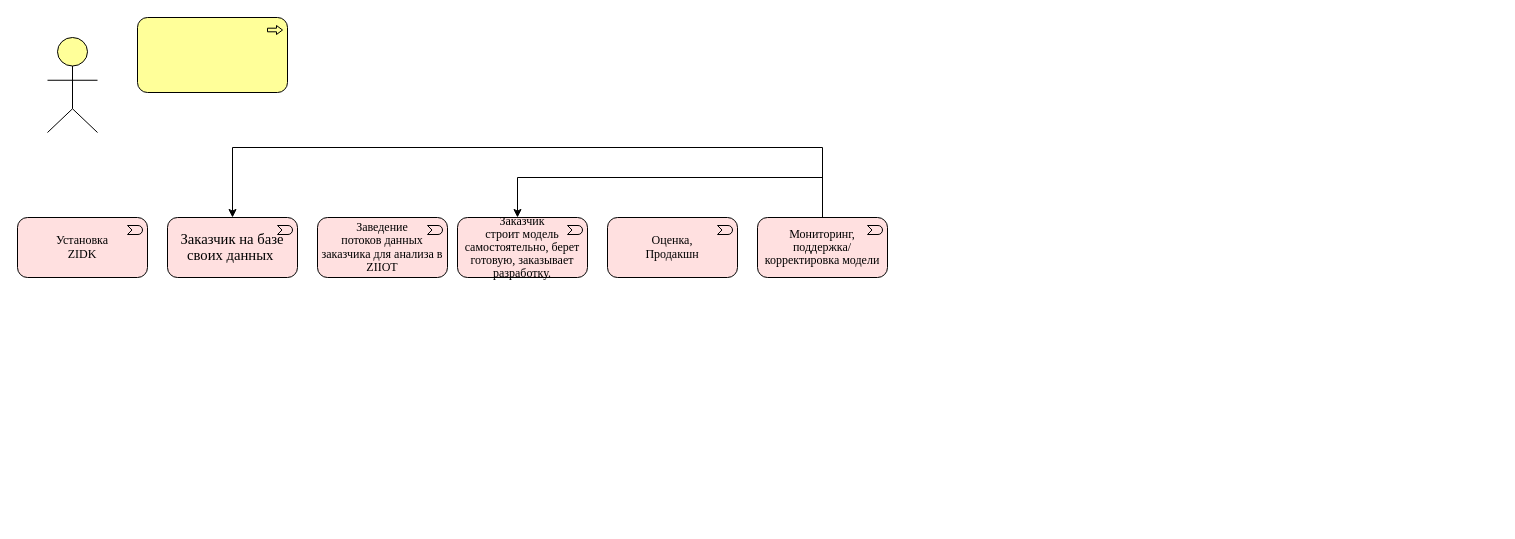
Before: Lifecycle ZIDK.drawio in pavlykav/geek-repo, a draw.io diagram. Source tidied: cells renumbered, new cells numbered last; positions are measured from the earlier drawing's top-left corner, leaving out a move shared by most shapes. Both pictures are drawn from the tidied source at 100%, with x=0, y=0 at pixel (17, 17). Pictures stored in the file or linked from it are replaced by grey dashed boxes.
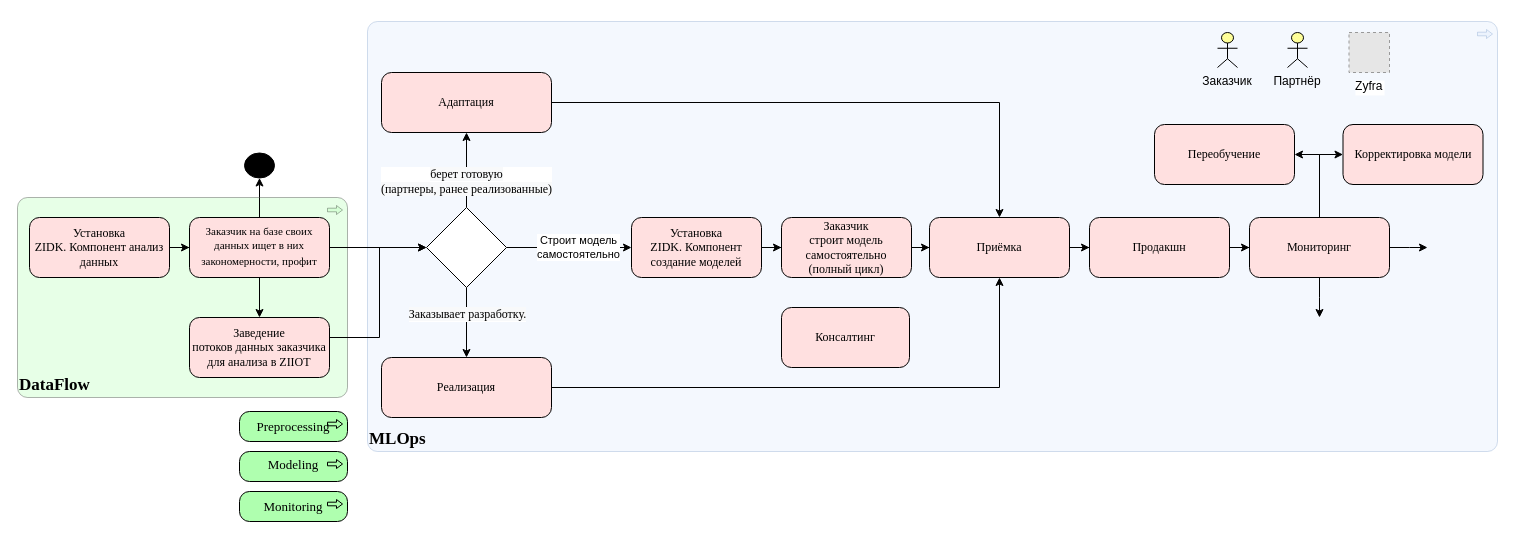
After the change.

Diff of the diagram source:
```diff
@@
+    <mxCell id="12" value="&lt;span style=&quot;font-family: &amp;quot;times new roman&amp;quot;, serif; font-size: 17px;&quot;&gt;MLOps&lt;/span&gt;" style="html=1;whiteSpace=wrap;fillColor=#dae8fc;shape=mxgraph.archimate3.application;appType=proc;archiType=rounded;fontSize=17;opacity=30;align=left;verticalAlign=bottom;fontStyle=1;strokeColor=#6c8ebf;" parent="1" vertex="1">
+      <mxGeometry x="350" y="4" width="1130" height="430" as="geometry" />
+    </mxCell>
+    <mxCell id="13" value="&lt;span style=&quot;font-family: &amp;quot;times new roman&amp;quot;, serif; font-size: 17px;&quot;&gt;DataFlow&lt;/span&gt;" style="html=1;whiteSpace=wrap;fillColor=#AFFFAF;shape=mxgraph.archimate3.application;appType=proc;archiType=rounded;fontSize=17;align=left;verticalAlign=bottom;fontStyle=1;opacity=30;" parent="1" vertex="1">
+      <mxGeometry y="180" width="330" height="200" as="geometry" />
+    </mxCell>
-    <mxCell id="2" style="html=1;whiteSpace=wrap;fillColor=#ffff99;verticalLabelPosition=bottom;verticalAlign=top;align=center;shape=mxgraph.archimate3.actor;" parent="1" vertex="1">
-      <mxGeometry x="30" y="20" width="50" height="95" as="geometry" />
+    <mxCell id="2" value="Заказчик" style="html=1;whiteSpace=wrap;fillColor=#ffff99;verticalLabelPosition=bottom;verticalAlign=top;align=center;shape=mxgraph.archimate3.actor;" parent="1" vertex="1">
+      <mxGeometry x="1200" y="15" width="20" height="35" as="geometry" />
     </mxCell>
-    <mxCell id="3" style="html=1;whiteSpace=wrap;fillColor=#ffff99;shape=mxgraph.archimate3.application;appType=proc;archiType=rounded;" parent="1" vertex="1">
-      <mxGeometry x="120" width="150" height="75" as="geometry" />
-    </mxCell>
-    <mxCell id="4" value="&lt;p class=&quot;MsoNormal&quot; style=&quot;line-height: 110%&quot;&gt;&lt;span style=&quot;font-family: &amp;#34;times new roman&amp;#34; , serif&quot;&gt;Установка&lt;br/&gt;&lt;/span&gt;&lt;span lang=&quot;EN-US&quot; style=&quot;font-family: &amp;#34;times new roman&amp;#34; , serif&quot;&gt;ZIDK&lt;/span&gt;&lt;span style=&quot;font-family: &amp;#34;times new roman&amp;#34; , serif&quot;&gt;&lt;/span&gt;&lt;/p&gt;" style="html=1;whiteSpace=wrap;fillColor=#FFE0E0;shape=mxgraph.archimate3.application;appType=event;archiType=rounded;" parent="1" vertex="1">
-      <mxGeometry y="200" width="130" height="60" as="geometry" />
-    </mxCell>
-    <mxCell id="5" value="&lt;span style=&quot;font-size: 11.0pt ; line-height: 107% ; font-family: &amp;#34;times new roman&amp;#34; , serif&quot;&gt;Заказчик на базе своих данных&amp;nbsp;&lt;/span&gt;" style="html=1;outlineConnect=0;whiteSpace=wrap;fillColor=#FFE0E0;shape=mxgraph.archimate3.application;appType=event;archiType=rounded;" parent="1" vertex="1">
-      <mxGeometry x="150" y="200" width="130" height="60" as="geometry" />
-    </mxCell>
+    <mxCell id="14" style="edgeStyle=orthogonalEdgeStyle;rounded=0;jettySize=auto;html=1;fontSize=11;" parent="1" edge="1" source="17" target="6">
+      <mxGeometry relative="1" as="geometry" />
+    </mxCell>
+    <mxCell id="15" style="edgeStyle=orthogonalEdgeStyle;rounded=0;jettySize=auto;html=1;fontSize=11;startArrow=none;entryX=0;entryY=0.5;entryDx=0;entryDy=0;" parent="1" edge="1" source="17" target="40">
+      <mxGeometry relative="1" as="geometry" />
+    </mxCell>
+    <mxCell id="16" style="edgeStyle=orthogonalEdgeStyle;rounded=0;jettySize=auto;html=1;fontSize=11;" parent="1" edge="1" source="17" target="46">
+      <mxGeometry relative="1" as="geometry" />
+    </mxCell>
+    <mxCell id="17" value="&lt;span style=&quot;font-family: &amp;#34;times new roman&amp;#34; , serif&quot;&gt;Заказчик на базе своих данных&amp;nbsp;&lt;/span&gt;&lt;span style=&quot;font-family: &amp;#34;times new roman&amp;#34; , serif ; line-height: 15.6933px&quot;&gt;ищет в них закономерности, профит&lt;/span&gt;" style="html=1;outlineConnect=0;whiteSpace=wrap;fillColor=#FFE0E0;shape=mxgraph.archimate3.application;archiType=rounded;fontSize=11;" parent="1" vertex="1">
+      <mxGeometry x="172" y="200" width="140" height="60" as="geometry" />
+    </mxCell>
+    <mxCell id="18" style="edgeStyle=orthogonalEdgeStyle;rounded=0;jettySize=auto;html=1;fontSize=11;entryX=0;entryY=0.5;entryDx=0;entryDy=0;" parent="1" edge="1" source="6" target="40">
+      <mxGeometry relative="1" as="geometry">
+        <Array as="points">
+          <mxPoint x="362" y="320" />
+          <mxPoint x="362" y="230" />
+        </Array>
+      </mxGeometry>
+    </mxCell>
-    <mxCell id="6" value="&lt;p class=&quot;MsoNormal&quot; style=&quot;line-height: 110%&quot;&gt;&lt;span style=&quot;font-family: &amp;#34;times new roman&amp;#34; , serif&quot;&gt;Заведение&lt;br/&gt;потоков данных заказчика для анализа в &lt;/span&gt;&lt;span lang=&quot;EN-US&quot; style=&quot;font-family: &amp;#34;times new roman&amp;#34; , serif&quot;&gt;ZIIOT&lt;/span&gt;&lt;span style=&quot;font-family: &amp;#34;times new roman&amp;#34; , serif&quot;&gt;&lt;/span&gt;&lt;/p&gt;" style="html=1;outlineConnect=0;whiteSpace=wrap;fillColor=#FFE0E0;shape=mxgraph.archimate3.application;appType=event;archiType=rounded;" parent="1" vertex="1">
-      <mxGeometry x="300" y="200" width="130" height="60" as="geometry" />
+    <mxCell id="6" value="&lt;span style=&quot;font-size: 12px ; font-family: &amp;#34;times new roman&amp;#34; , serif&quot;&gt;Заведение&lt;br&gt;потоков данных заказчика для анализа в&amp;nbsp;&lt;/span&gt;&lt;span lang=&quot;EN-US&quot; style=&quot;font-size: 12px ; font-family: &amp;#34;times new roman&amp;#34; , serif&quot;&gt;ZIIOT&lt;/span&gt;" style="html=1;outlineConnect=0;whiteSpace=wrap;fillColor=#FFE0E0;shape=mxgraph.archimate3.application;archiType=rounded;fontSize=11;" parent="1" vertex="1">
+      <mxGeometry x="172" y="300" width="140" height="60" as="geometry" />
     </mxCell>
-    <mxCell id="7" value="&lt;p class=&quot;MsoNormal&quot; style=&quot;line-height: 110%&quot;&gt;&lt;span style=&quot;font-family: &amp;#34;times new roman&amp;#34; , serif&quot;&gt;Заказчик&lt;br/&gt;строит модель самостоятельно, берет готовую, заказывает разработку.&lt;/span&gt;&lt;/p&gt;" style="html=1;outlineConnect=0;whiteSpace=wrap;fillColor=#FFE0E0;shape=mxgraph.archimate3.application;appType=event;archiType=rounded;" parent="1" vertex="1">
-      <mxGeometry x="440" y="200" width="130" height="60" as="geometry" />
-    </mxCell>
-    <mxCell id="8" value="&lt;p class=&quot;MsoNormal&quot; style=&quot;line-height: 110%&quot;&gt;&lt;span style=&quot;font-family: &amp;#34;times new roman&amp;#34; , serif&quot;&gt;Оценка,&lt;br/&gt;Продакшн&lt;/span&gt;&lt;/p&gt;" style="html=1;whiteSpace=wrap;fillColor=#FFE0E0;shape=mxgraph.archimate3.application;appType=event;archiType=rounded;" parent="1" vertex="1">
-      <mxGeometry x="590" y="200" width="130" height="60" as="geometry" />
-    </mxCell>
-    <mxCell id="9" style="edgeStyle=orthogonalEdgeStyle;rounded=0;jettySize=auto;html=1;" parent="1" edge="1" source="11" target="5">
-      <mxGeometry relative="1" as="geometry">
-        <Array as="points">
-          <mxPoint x="805" y="130" />
-          <mxPoint x="215" y="130" />
-        </Array>
-      </mxGeometry>
-    </mxCell>
-    <mxCell id="10" style="edgeStyle=orthogonalEdgeStyle;rounded=0;jettySize=auto;html=1;" parent="1" edge="1" source="11" target="7">
-      <mxGeometry relative="1" as="geometry">
-        <Array as="points">
-          <mxPoint x="805" y="160" />
-          <mxPoint x="500" y="160" />
-        </Array>
-      </mxGeometry>
-    </mxCell>
-    <mxCell id="11" value="&lt;p class=&quot;MsoNormal&quot; style=&quot;line-height: 110%&quot;&gt;&lt;span style=&quot;font-family: &amp;#34;times new roman&amp;#34; , serif&quot;&gt;Мониторинг,&lt;br/&gt;поддержка/корректировка модели&lt;/span&gt;&lt;/p&gt;" style="html=1;outlineConnect=0;whiteSpace=wrap;fillColor=#FFE0E0;shape=mxgraph.archimate3.application;appType=event;archiType=rounded;" parent="1" vertex="1">
-      <mxGeometry x="740" y="200" width="130" height="60" as="geometry" />
-    </mxCell>
+    <mxCell id="19" style="edgeStyle=orthogonalEdgeStyle;rounded=0;jettySize=auto;html=1;fontSize=11;" parent="1" edge="1" source="20" target="42">
+      <mxGeometry relative="1" as="geometry" />
+    </mxCell>
+    <mxCell id="20" value="&lt;span style=&quot;font-size: 12px ; font-family: &amp;#34;times new roman&amp;#34; , serif&quot;&gt;Установка&lt;br&gt;&lt;/span&gt;&lt;span lang=&quot;EN-US&quot; style=&quot;font-size: 12px ; font-family: &amp;#34;times new roman&amp;#34; , serif&quot;&gt;ZIDK. Компонент создание моделей&lt;/span&gt;" style="html=1;outlineConnect=0;whiteSpace=wrap;fillColor=#FFE0E0;shape=mxgraph.archimate3.application;archiType=rounded;fontSize=11;" parent="1" vertex="1">
+      <mxGeometry x="614" y="200" width="130" height="60" as="geometry" />
+    </mxCell>
+    <mxCell id="21" style="edgeStyle=orthogonalEdgeStyle;rounded=0;jettySize=auto;html=1;fontSize=11;" parent="1" edge="1" source="22" target="27">
+      <mxGeometry relative="1" as="geometry" />
+    </mxCell>
+    <mxCell id="22" value="&lt;span style=&quot;font-family: &amp;#34;times new roman&amp;#34; , serif ; font-size: 12px&quot;&gt;Продакшн&lt;/span&gt;" style="html=1;outlineConnect=0;whiteSpace=wrap;fillColor=#FFE0E0;shape=mxgraph.archimate3.application;archiType=rounded;fontSize=11;" parent="1" vertex="1">
+      <mxGeometry x="1072" y="200" width="140" height="60" as="geometry" />
+    </mxCell>
+    <mxCell id="23" style="edgeStyle=orthogonalEdgeStyle;rounded=0;jettySize=auto;html=1;fontSize=11;" parent="1" edge="1" source="27" target="51">
+      <mxGeometry relative="1" as="geometry">
+        <Array as="points">
+          <mxPoint x="1302" y="137" />
+        </Array>
+      </mxGeometry>
+    </mxCell>
+    <mxCell id="24" style="edgeStyle=orthogonalEdgeStyle;rounded=0;jettySize=auto;html=1;fontSize=11;" parent="1" edge="1" source="27">
+      <mxGeometry relative="1" as="geometry">
+        <mxPoint x="1302" y="300" as="targetPoint" />
+      </mxGeometry>
+    </mxCell>
+    <mxCell id="25" style="edgeStyle=orthogonalEdgeStyle;rounded=0;jettySize=auto;html=1;fontSize=13;" parent="1" edge="1" source="27">
+      <mxGeometry relative="1" as="geometry">
+        <mxPoint x="1410" y="230" as="targetPoint" />
+      </mxGeometry>
+    </mxCell>
+    <mxCell id="26" style="edgeStyle=orthogonalEdgeStyle;rounded=0;jettySize=auto;html=1;entryX=1;entryY=0.5;entryDx=0;entryDy=0;entryPerimeter=0;fontSize=17;" parent="1" edge="1" source="27" target="50">
+      <mxGeometry relative="1" as="geometry" />
+    </mxCell>
+    <mxCell id="27" value="&lt;span style=&quot;font-family: &amp;#34;times new roman&amp;#34; , serif ; font-size: 12px&quot;&gt;Мониторинг&lt;/span&gt;" style="html=1;outlineConnect=0;whiteSpace=wrap;fillColor=#FFE0E0;shape=mxgraph.archimate3.application;archiType=rounded;fontSize=11;" parent="1" vertex="1">
+      <mxGeometry x="1232" y="200" width="140" height="60" as="geometry" />
+    </mxCell>
+    <mxCell id="28" style="edgeStyle=orthogonalEdgeStyle;rounded=0;jettySize=auto;html=1;fontSize=11;" parent="1" edge="1" source="29" target="17">
+      <mxGeometry relative="1" as="geometry" />
+    </mxCell>
+    <mxCell id="29" value="&lt;span style=&quot;font-size: 12px ; font-family: &amp;#34;times new roman&amp;#34; , serif&quot;&gt;Установка&lt;br&gt;&lt;/span&gt;&lt;span lang=&quot;EN-US&quot; style=&quot;font-size: 12px ; font-family: &amp;#34;times new roman&amp;#34; , serif&quot;&gt;ZIDK. Компонент анализ данных&lt;/span&gt;" style="html=1;outlineConnect=0;whiteSpace=wrap;fillColor=#FFE0E0;shape=mxgraph.archimate3.application;archiType=rounded;fontSize=11;" parent="1" vertex="1">
+      <mxGeometry x="12" y="200" width="140" height="60" as="geometry" />
+    </mxCell>
+    <mxCell id="30" style="edgeStyle=orthogonalEdgeStyle;rounded=0;jettySize=auto;html=1;fontSize=11;" parent="1" edge="1" source="31" target="45">
+      <mxGeometry relative="1" as="geometry" />
+    </mxCell>
+    <mxCell id="31" value="&lt;span style=&quot;font-family: &amp;#34;times new roman&amp;#34; , serif ; font-size: 12px&quot;&gt;Адаптация&lt;/span&gt;" style="html=1;outlineConnect=0;whiteSpace=wrap;fillColor=#FFE0E0;shape=mxgraph.archimate3.application;archiType=rounded;fontSize=11;" parent="1" vertex="1">
+      <mxGeometry x="364" y="55" width="170" height="60" as="geometry" />
+    </mxCell>
+    <mxCell id="32" style="edgeStyle=orthogonalEdgeStyle;rounded=0;jettySize=auto;html=1;fontSize=11;" parent="1" edge="1" source="33" target="45">
+      <mxGeometry relative="1" as="geometry" />
+    </mxCell>
+    <mxCell id="33" value="&lt;span style=&quot;font-family: &amp;#34;times new roman&amp;#34; , serif ; font-size: 12px&quot;&gt;Реализация&lt;/span&gt;" style="html=1;outlineConnect=0;whiteSpace=wrap;fillColor=#FFE0E0;shape=mxgraph.archimate3.application;archiType=rounded;fontSize=11;" parent="1" vertex="1">
+      <mxGeometry x="364" y="340" width="170" height="60" as="geometry" />
+    </mxCell>
+    <mxCell id="34" style="edgeStyle=orthogonalEdgeStyle;rounded=0;jettySize=auto;html=1;fontSize=11;" parent="1" edge="1" source="40" target="20">
+      <mxGeometry relative="1" as="geometry" />
+    </mxCell>
+    <mxCell id="35" value="Строит модель&lt;br&gt;самостоятельно" style="edgeLabel;html=1;align=center;verticalAlign=middle;fontSize=11;" parent="34" vertex="1">
+      <mxGeometry x="0.13" y="2" relative="1" as="geometry">
+        <mxPoint y="1" as="offset" />
+      </mxGeometry>
+    </mxCell>
+    <mxCell id="36" style="edgeStyle=orthogonalEdgeStyle;rounded=0;jettySize=auto;html=1;fontSize=11;" parent="1" edge="1" source="40" target="31">
+      <mxGeometry relative="1" as="geometry">
+        <Array as="points">
+          <mxPoint x="449" y="160" />
+          <mxPoint x="449" y="160" />
+        </Array>
+      </mxGeometry>
+    </mxCell>
+    <mxCell id="37" value="&lt;span style=&quot;font-family: &amp;#34;times new roman&amp;#34; , serif ; font-size: 12px ; background-color: rgb(248 , 249 , 250)&quot;&gt;берет готовую&lt;br&gt;(партнеры, ранее реализованные)&lt;/span&gt;" style="edgeLabel;html=1;align=center;verticalAlign=middle;fontSize=11;" parent="36" vertex="1">
+      <mxGeometry x="-0.27" y="1" relative="1" as="geometry" />
+    </mxCell>
+    <mxCell id="38" style="edgeStyle=orthogonalEdgeStyle;rounded=0;jettySize=auto;html=1;fontSize=11;" parent="1" edge="1" source="40" target="33">
+      <mxGeometry relative="1" as="geometry">
+        <Array as="points">
+          <mxPoint x="449" y="300" />
+          <mxPoint x="449" y="300" />
+        </Array>
+      </mxGeometry>
+    </mxCell>
+    <mxCell id="39" value="&lt;span style=&quot;font-family: &amp;#34;times new roman&amp;#34; , serif ; font-size: 12px ; background-color: rgb(248 , 249 , 250)&quot;&gt;Заказывает разработку.&lt;/span&gt;" style="edgeLabel;html=1;align=center;verticalAlign=middle;fontSize=11;" parent="38" vertex="1">
+      <mxGeometry x="-0.26" relative="1" as="geometry" />
+    </mxCell>
+    <mxCell id="40" style="rhombus;whiteSpace=wrap;html=1;fontSize=11;" parent="1" vertex="1">
+      <mxGeometry x="409" y="190" width="80" height="80" as="geometry" />
+    </mxCell>
+    <mxCell id="41" style="edgeStyle=orthogonalEdgeStyle;rounded=0;jettySize=auto;html=1;fontSize=11;" parent="1" edge="1" source="42" target="45">
+      <mxGeometry relative="1" as="geometry" />
+    </mxCell>
+    <mxCell id="42" value="&lt;span style=&quot;font-family: &amp;#34;times new roman&amp;#34; , serif ; font-size: 12px&quot;&gt;Заказчик&lt;/span&gt;&lt;br style=&quot;font-family: &amp;#34;times new roman&amp;#34; , serif ; font-size: 12px&quot;&gt;&lt;span style=&quot;font-family: &amp;#34;times new roman&amp;#34; , serif ; font-size: 12px&quot;&gt;строит модель самостоятельно&lt;br&gt;(полный цикл)&lt;/span&gt;" style="html=1;outlineConnect=0;whiteSpace=wrap;fillColor=#FFE0E0;shape=mxgraph.archimate3.application;archiType=rounded;fontSize=11;" parent="1" vertex="1">
+      <mxGeometry x="764" y="200" width="130" height="60" as="geometry" />
+    </mxCell>
+    <mxCell id="43" value="&lt;font face=&quot;times new roman, serif&quot;&gt;&lt;span style=&quot;font-size: 12px&quot;&gt;Консалтинг&lt;/span&gt;&lt;/font&gt;" style="html=1;whiteSpace=wrap;fillColor=#FFE0E0;shape=mxgraph.archimate3.application;archiType=rounded;fontSize=11;" parent="1" vertex="1">
+      <mxGeometry x="764" y="290" width="128" height="60" as="geometry" />
+    </mxCell>
+    <mxCell id="44" style="edgeStyle=orthogonalEdgeStyle;rounded=0;jettySize=auto;html=1;fontSize=11;" parent="1" edge="1" source="45" target="22">
+      <mxGeometry relative="1" as="geometry" />
+    </mxCell>
+    <mxCell id="45" value="&lt;span style=&quot;font-family: &amp;#34;times new roman&amp;#34; , serif ; font-size: 12px&quot;&gt;Приёмка&lt;/span&gt;" style="html=1;outlineConnect=0;whiteSpace=wrap;fillColor=#FFE0E0;shape=mxgraph.archimate3.application;archiType=rounded;fontSize=11;" parent="1" vertex="1">
+      <mxGeometry x="912" y="200" width="140" height="60" as="geometry" />
+    </mxCell>
+    <mxCell id="46" style="ellipse;html=1;verticalLabelPosition=bottom;labelBackgroundColor=#ffffff;verticalAlign=top;fillColor=#000000;fontSize=11;" parent="1" vertex="1">
+      <mxGeometry x="227" y="135.5" width="30" height="25" as="geometry" />
+    </mxCell>
+    <mxCell id="47" value="&lt;span style=&quot;font-family: &amp;#34;times new roman&amp;#34; , serif ; text-align: left&quot;&gt;Preprocessing&lt;/span&gt;" style="html=1;whiteSpace=wrap;fillColor=#AFFFAF;shape=mxgraph.archimate3.application;appType=proc;archiType=rounded;fontSize=13;" parent="1" vertex="1">
+      <mxGeometry x="222" y="394" width="108" height="30" as="geometry" />
+    </mxCell>
+    <mxCell id="48" value="&lt;p class=&quot;MsoNormal&quot; style=&quot;text-align: left ; margin-bottom: 0cm ; line-height: 14.3px&quot;&gt;&lt;span lang=&quot;EN-US&quot; style=&quot;font-family: &amp;#34;times new roman&amp;#34; , serif&quot;&gt;Modeling&lt;/span&gt;&lt;/p&gt;&lt;div&gt;&lt;span lang=&quot;EN-US&quot; style=&quot;font-family: &amp;#34;times new roman&amp;#34; , serif&quot;&gt;&lt;br&gt;&lt;/span&gt;&lt;/div&gt;" style="html=1;whiteSpace=wrap;fillColor=#AFFFAF;shape=mxgraph.archimate3.application;appType=proc;archiType=rounded;fontSize=13;" parent="1" vertex="1">
+      <mxGeometry x="222" y="434" width="108" height="30" as="geometry" />
+    </mxCell>
+    <mxCell id="49" value="&lt;span style=&quot;font-family: &amp;#34;times new roman&amp;#34; , serif ; text-align: left&quot;&gt;Monitoring&lt;/span&gt;" style="html=1;whiteSpace=wrap;fillColor=#AFFFAF;shape=mxgraph.archimate3.application;appType=proc;archiType=rounded;fontSize=13;" parent="1" vertex="1">
+      <mxGeometry x="222" y="474" width="108" height="30" as="geometry" />
+    </mxCell>
+    <mxCell id="50" value="&lt;span style=&quot;font-family: &amp;#34;times new roman&amp;#34; , serif ; font-size: 12px&quot;&gt;Переобучение&lt;/span&gt;" style="html=1;outlineConnect=0;whiteSpace=wrap;fillColor=#FFE0E0;shape=mxgraph.archimate3.application;archiType=rounded;fontSize=11;" parent="1" vertex="1">
+      <mxGeometry x="1137" y="107" width="140" height="60" as="geometry" />
+    </mxCell>
+    <mxCell id="51" value="&lt;span style=&quot;font-family: &amp;#34;times new roman&amp;#34; , serif ; font-size: 12px&quot;&gt;Корректировка модели&lt;/span&gt;" style="html=1;outlineConnect=0;whiteSpace=wrap;fillColor=#FFE0E0;shape=mxgraph.archimate3.application;archiType=rounded;fontSize=11;" parent="1" vertex="1">
+      <mxGeometry x="1325.5" y="107" width="140" height="60" as="geometry" />
+    </mxCell>
+    <mxCell id="52" value="Партнёр" style="html=1;whiteSpace=wrap;fillColor=#ffff99;verticalLabelPosition=bottom;verticalAlign=top;align=center;shape=mxgraph.archimate3.actor;" parent="1" vertex="1">
+      <mxGeometry x="1270" y="15" width="20" height="35" as="geometry" />
+    </mxCell>
+    <mxCell id="53" value="Zyfra" style="fillColor=#E6E6E6;strokeColor=#999999;dashed=1;verticalLabelPosition=bottom;labelBackgroundColor=#ffffff;verticalAlign=top;" parent="1" vertex="1">
+      <mxGeometry x="1331.5" y="15" width="40.5" height="40" as="geometry" />
+    </mxCell>
```
